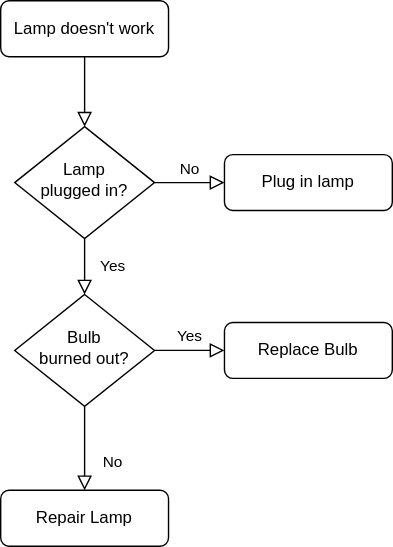
Above: flowchart skripsi.drawio.svg in evaald/evaald239.github.io (draw.io), before the change. Source tidied: cells renumbered, new cells last; positions are measured from the earlier drawing's top-left corner, leaving out a move shared by most shapes.
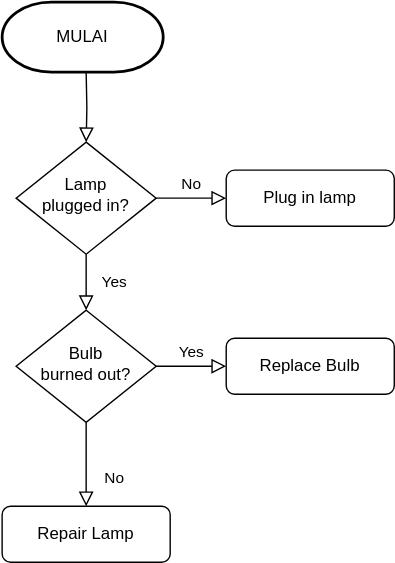
The same file after the commit.

Commit message:
coba save saja flowchart skripsi.drawio.svg

Change to the diagram source:
```diff
@@ -2,12 +2,11 @@
   <root>
     <mxCell id="0" />
     <mxCell id="1" parent="0" />
-    <mxCell id="2" style="rounded=0;html=1;jettySize=auto;fontSize=11;endArrow=block;endFill=0;endSize=8;strokeWidth=1;shadow=0;labelBackgroundColor=none;edgeStyle=orthogonalEdgeStyle;" parent="1" edge="1" source="3" target="6">
-      <mxGeometry relative="1" as="geometry" />
+    <mxCell id="2" style="rounded=0;html=1;jettySize=auto;fontSize=11;endArrow=block;endFill=0;endSize=8;strokeWidth=1;shadow=0;labelBackgroundColor=none;edgeStyle=orthogonalEdgeStyle;" parent="1" edge="1" target="6">
+      <mxGeometry relative="1" as="geometry">
+        <mxPoint x="60" y="40" as="sourcePoint" />
+      </mxGeometry>
     </mxCell>
-    <mxCell id="3" value="Lamp doesn't work" style="rounded=1;whiteSpace=wrap;html=1;fontSize=12;glass=0;strokeWidth=1;shadow=0;" parent="1" vertex="1">
-      <mxGeometry width="120" height="40" as="geometry" />
-    </mxCell>
     <mxCell id="4" value="Yes" style="rounded=0;html=1;jettySize=auto;fontSize=11;endArrow=block;endFill=0;endSize=8;strokeWidth=1;shadow=0;labelBackgroundColor=none;edgeStyle=orthogonalEdgeStyle;" parent="1" edge="1" source="6" target="10">
       <mxGeometry y="20" relative="1" as="geometry" />
     </mxCell>
@@ -35,5 +34,8 @@
     <mxCell id="12" value="Replace Bulb" style="rounded=1;whiteSpace=wrap;html=1;fontSize=12;glass=0;strokeWidth=1;shadow=0;" parent="1" vertex="1">
       <mxGeometry x="160" y="230" width="120" height="40" as="geometry" />
     </mxCell>
+    <mxCell id="13" value="MULAI" style="strokeWidth=2;html=1;shape=mxgraph.flowchart.terminator;whiteSpace=wrap;" parent="1" vertex="1">
+      <mxGeometry y="-10" width="115" height="50" as="geometry" />
+    </mxCell>
   </root>
 </mxGraphModel>
```
